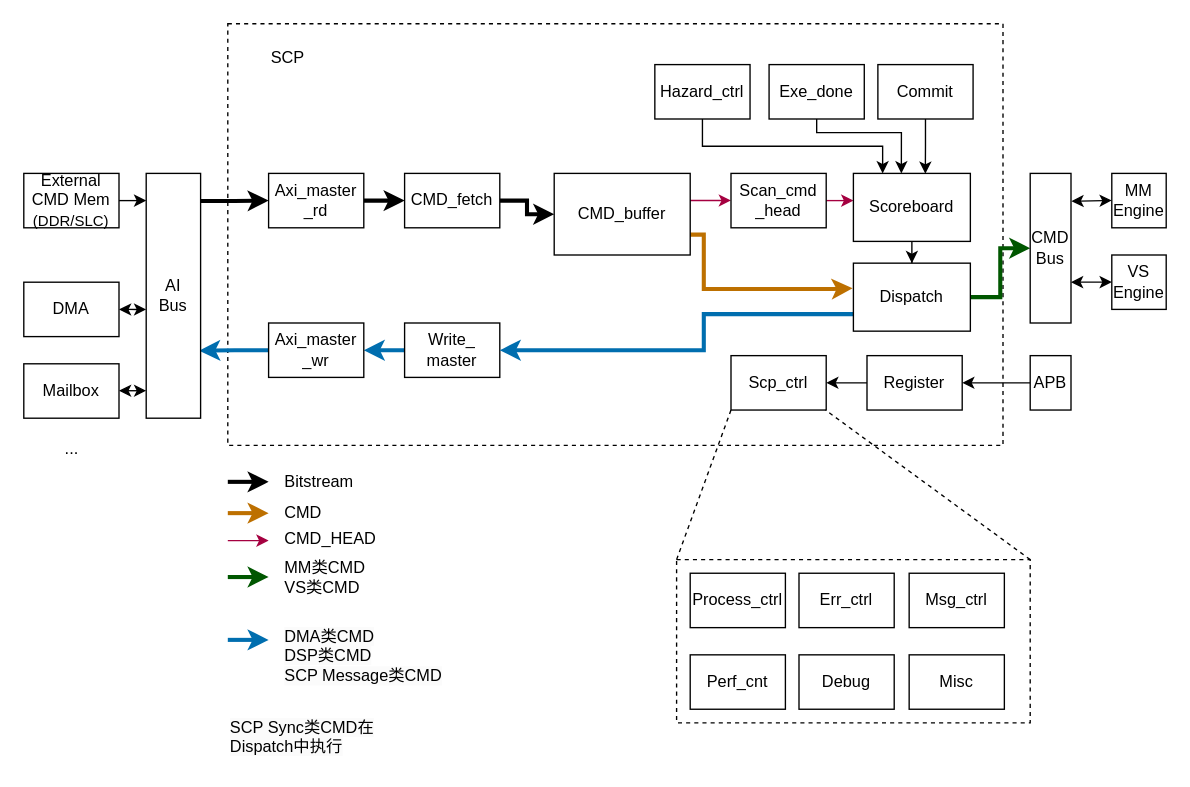
Earlier version of the draw.io diagram page "Block diagram" (1 of 8) of SCP.drawio (HelmutXie/blake2). Source tidied: cells renumbered, new cells numbered last; positions are measured from the earlier drawing's top-left corner, leaving out a move shared by most shapes. Both pictures are drawn from the tidied source at 136%, with x=0, y=0 at pixel (23, 23).
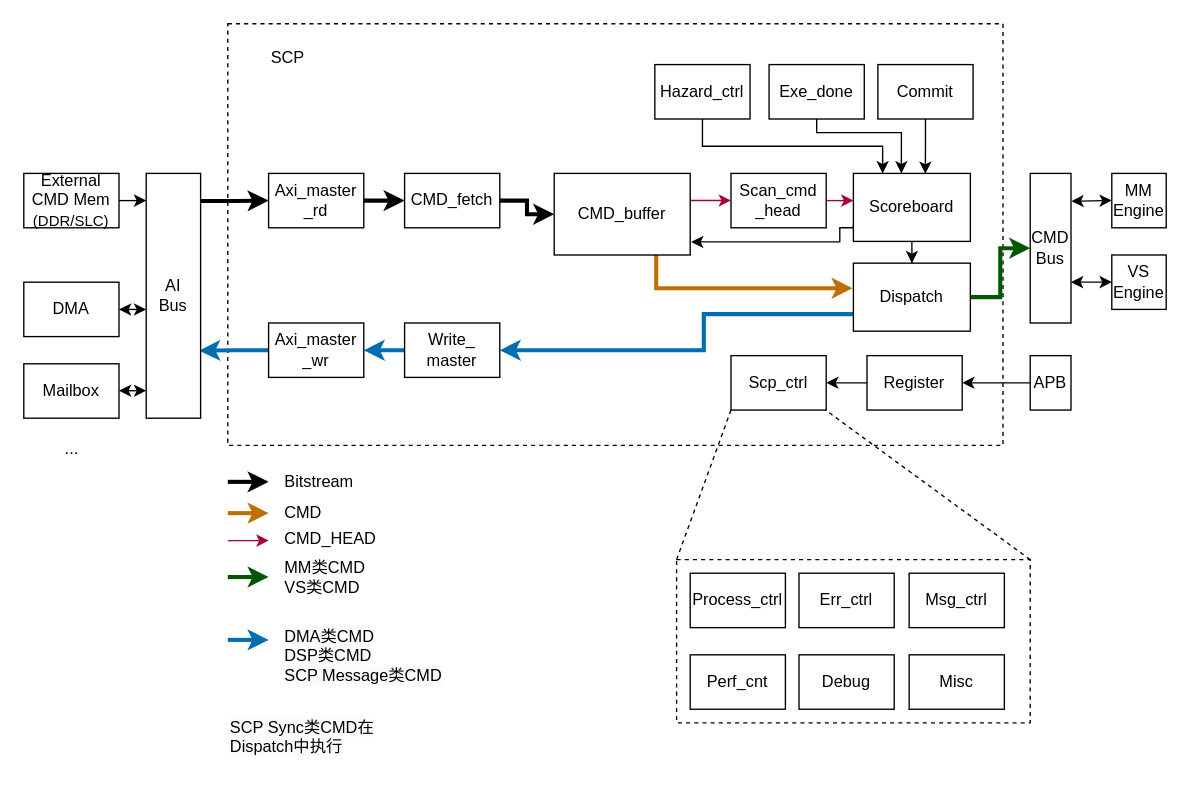
The same diagram, later.

The change refers to these unchanged cells:
```xml
<mxCell id="8" value="CMD_buffer" style="rounded=0;whiteSpace=wrap;html=1;" parent="1" vertex="1">
  <mxGeometry x="390" y="110" width="100" height="60" as="geometry" />
</mxCell>
<mxCell id="12" value="Scoreboard" style="rounded=0;whiteSpace=wrap;html=1;" parent="1" vertex="1">
  <mxGeometry x="610" y="110" width="86" height="50" as="geometry" />
</mxCell>
<mxCell id="20" value="Dispatch" style="rounded=0;whiteSpace=wrap;html=1;" parent="1" vertex="1">
  <mxGeometry x="610" y="176" width="86" height="50" as="geometry" />
</mxCell>
```

The edit, as a diff of the source:
```diff
@@
-    <mxCell id="7" style="edgeStyle=orthogonalEdgeStyle;rounded=0;jettySize=auto;html=1;entryX=-0.007;entryY=0.369;entryDx=0;entryDy=0;exitX=1;exitY=0.75;exitDx=0;exitDy=0;strokeWidth=3;fillColor=#f0a30a;strokeColor=#BD7000;entryPerimeter=0;" parent="1" edge="1" source="8" target="20">
+    <mxCell id="7" style="edgeStyle=orthogonalEdgeStyle;rounded=0;jettySize=auto;html=1;entryX=-0.007;entryY=0.369;entryDx=0;entryDy=0;exitX=0.75;exitY=1;exitDx=0;exitDy=0;strokeWidth=3;fillColor=#f0a30a;strokeColor=#BD7000;entryPerimeter=0;" parent="1" edge="1" source="8" target="20">
       <mxGeometry relative="1" as="geometry">
         <Array as="points">
-          <mxPoint x="500" y="155" />
-          <mxPoint x="500" y="195" />
-          <mxPoint x="595" y="195" />
+          <mxPoint x="465" y="194" />
         </Array>
       </mxGeometry>
     </mxCell>
@@
+    <mxCell id="67" style="edgeStyle=orthogonalEdgeStyle;rounded=0;jettySize=auto;html=1;entryX=1.007;entryY=0.84;entryDx=0;entryDy=0;entryPerimeter=0;exitX=0;exitY=0.75;exitDx=0;exitDy=0;" parent="1" edge="1" source="12" target="8">
+      <mxGeometry relative="1" as="geometry">
+        <Array as="points">
+          <mxPoint x="610" y="150" />
+          <mxPoint x="600" y="150" />
+          <mxPoint x="600" y="160" />
+        </Array>
+      </mxGeometry>
+    </mxCell>
```
